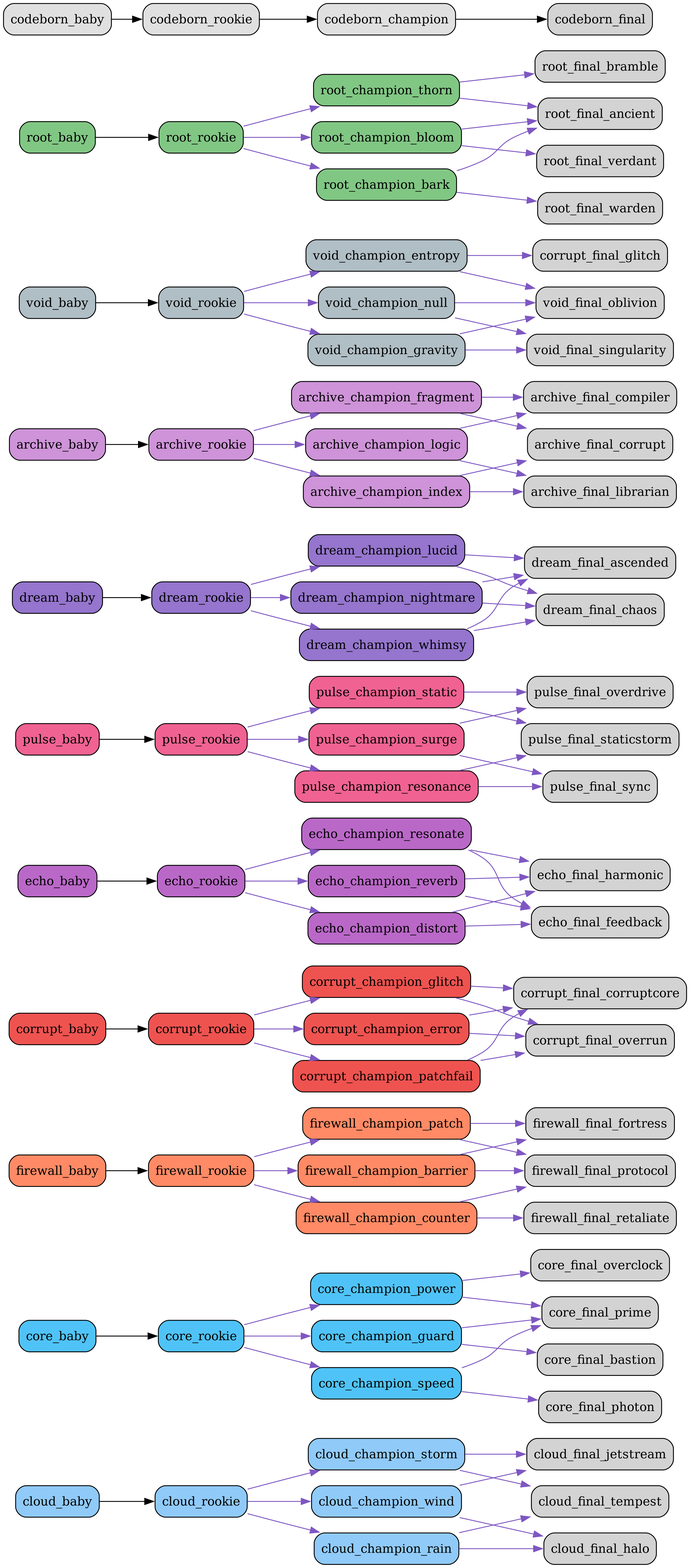
This is src/netgrid/systems/evolution/graphs/full/evolution_graph.png from bwlight/NetGrid, a Graphviz export, as it was before one commit. Its source is kept beside it as src/netgrid/systems/evolution/graphs/full/evolution_graph.dot.
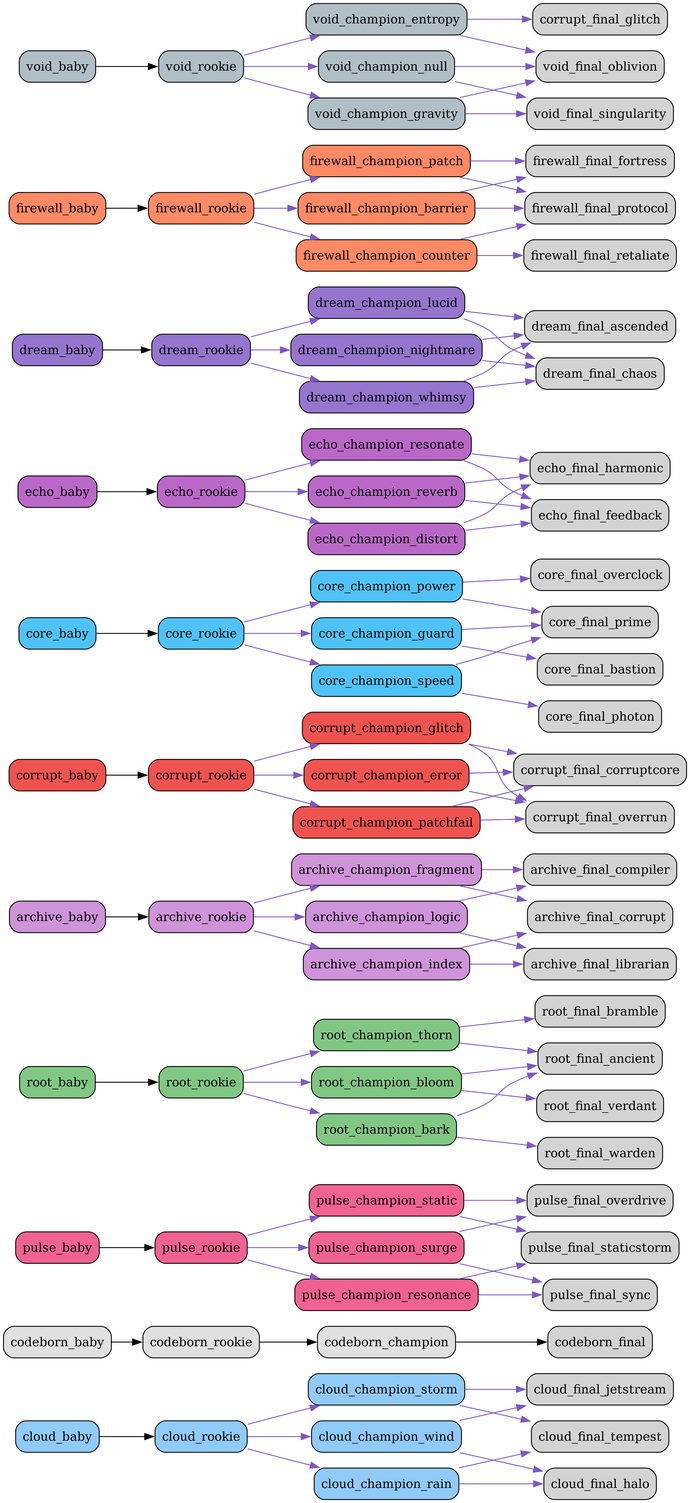
After the change.

Commit message:
Auto-update evolution graphs

Change to the diagram source:
```diff
@@ -16,6 +16,72 @@
   "cloud_champion_storm" [fillcolor="#90caf9"];
   "cloud_champion_storm" -> "cloud_final_tempest" [color="#7e57c2"];
   "cloud_champion_storm" -> "cloud_final_jetstream" [color="#7e57c2"];
+  "codeborn_baby" [fillcolor="#e0e0e0"];
+  "codeborn_baby" -> "codeborn_rookie";
+  "codeborn_rookie" [fillcolor="#e0e0e0"];
+  "codeborn_rookie" -> "codeborn_champion";
+  "codeborn_champion" [fillcolor="#e0e0e0"];
+  "codeborn_champion" -> "codeborn_final";
+  "pulse_baby" [fillcolor="#f06292"];
+  "pulse_baby" -> "pulse_rookie";
+  "pulse_rookie" [fillcolor="#f06292"];
+  "pulse_rookie" -> "pulse_champion_surge" [color="#7e57c2"];
+  "pulse_rookie" -> "pulse_champion_resonance" [color="#7e57c2"];
+  "pulse_rookie" -> "pulse_champion_static" [color="#7e57c2"];
+  "pulse_champion_surge" [fillcolor="#f06292"];
+  "pulse_champion_surge" -> "pulse_final_overdrive" [color="#7e57c2"];
+  "pulse_champion_surge" -> "pulse_final_sync" [color="#7e57c2"];
+  "pulse_champion_resonance" [fillcolor="#f06292"];
+  "pulse_champion_resonance" -> "pulse_final_sync" [color="#7e57c2"];
+  "pulse_champion_resonance" -> "pulse_final_staticstorm" [color="#7e57c2"];
+  "pulse_champion_static" [fillcolor="#f06292"];
+  "pulse_champion_static" -> "pulse_final_staticstorm" [color="#7e57c2"];
+  "pulse_champion_static" -> "pulse_final_overdrive" [color="#7e57c2"];
+  "root_baby" [fillcolor="#81c784"];
+  "root_baby" -> "root_rookie";
+  "root_rookie" [fillcolor="#81c784"];
+  "root_rookie" -> "root_champion_thorn" [color="#7e57c2"];
+  "root_rookie" -> "root_champion_bloom" [color="#7e57c2"];
+  "root_rookie" -> "root_champion_bark" [color="#7e57c2"];
+  "root_champion_thorn" [fillcolor="#81c784"];
+  "root_champion_thorn" -> "root_final_bramble" [color="#7e57c2"];
+  "root_champion_thorn" -> "root_final_ancient" [color="#7e57c2"];
+  "root_champion_bloom" [fillcolor="#81c784"];
+  "root_champion_bloom" -> "root_final_ancient" [color="#7e57c2"];
+  "root_champion_bloom" -> "root_final_verdant" [color="#7e57c2"];
+  "root_champion_bark" [fillcolor="#81c784"];
+  "root_champion_bark" -> "root_final_warden" [color="#7e57c2"];
+  "root_champion_bark" -> "root_final_ancient" [color="#7e57c2"];
+  "archive_baby" [fillcolor="#ce93d8"];
+  "archive_baby" -> "archive_rookie";
+  "archive_rookie" [fillcolor="#ce93d8"];
+  "archive_rookie" -> "archive_champion_logic" [color="#7e57c2"];
+  "archive_rookie" -> "archive_champion_index" [color="#7e57c2"];
+  "archive_rookie" -> "archive_champion_fragment" [color="#7e57c2"];
+  "archive_champion_logic" [fillcolor="#ce93d8"];
+  "archive_champion_logic" -> "archive_final_compiler" [color="#7e57c2"];
+  "archive_champion_logic" -> "archive_final_librarian" [color="#7e57c2"];
+  "archive_champion_index" [fillcolor="#ce93d8"];
+  "archive_champion_index" -> "archive_final_librarian" [color="#7e57c2"];
+  "archive_champion_index" -> "archive_final_corrupt" [color="#7e57c2"];
+  "archive_champion_fragment" [fillcolor="#ce93d8"];
+  "archive_champion_fragment" -> "archive_final_corrupt" [color="#7e57c2"];
+  "archive_champion_fragment" -> "archive_final_compiler" [color="#7e57c2"];
+  "corrupt_baby" [fillcolor="#ef5350"];
+  "corrupt_baby" -> "corrupt_rookie";
+  "corrupt_rookie" [fillcolor="#ef5350"];
+  "corrupt_rookie" -> "corrupt_champion_glitch" [color="#7e57c2"];
+  "corrupt_rookie" -> "corrupt_champion_error" [color="#7e57c2"];
+  "corrupt_rookie" -> "corrupt_champion_patchfail" [color="#7e57c2"];
+  "corrupt_champion_glitch" [fillcolor="#ef5350"];
+  "corrupt_champion_glitch" -> "corrupt_final_corruptcore" [color="#7e57c2"];
+  "corrupt_champion_glitch" -> "corrupt_final_overrun" [color="#7e57c2"];
+  "corrupt_champion_error" [fillcolor="#ef5350"];
+  "corrupt_champion_error" -> "corrupt_final_overrun" [color="#7e57c2"];
+  "corrupt_champion_error" -> "corrupt_final_corruptcore" [color="#7e57c2"];
+  "corrupt_champion_patchfail" [fillcolor="#ef5350"];
+  "corrupt_champion_patchfail" -> "corrupt_final_corruptcore" [color="#7e57c2"];
+  "corrupt_champion_patchfail" -> "corrupt_final_overrun" [color="#7e57c2"];
   "core_baby" [fillcolor="#4fc3f7"];
   "core_baby" -> "core_rookie";
   "core_rookie" [fillcolor="#4fc3f7"];
@@ -31,6 +97,36 @@
   "core_champion_speed" [fillcolor="#4fc3f7"];
   "core_champion_speed" -> "core_final_photon" [color="#7e57c2"];
   "core_champion_speed" -> "core_final_prime" [color="#7e57c2"];
+  "echo_baby" [fillcolor="#ba68c8"];
+  "echo_baby" -> "echo_rookie";
+  "echo_rookie" [fillcolor="#ba68c8"];
+  "echo_rookie" -> "echo_champion_resonate" [color="#7e57c2"];
+  "echo_rookie" -> "echo_champion_reverb" [color="#7e57c2"];
+  "echo_rookie" -> "echo_champion_distort" [color="#7e57c2"];
+  "echo_champion_resonate" [fillcolor="#ba68c8"];
+  "echo_champion_resonate" -> "echo_final_harmonic" [color="#7e57c2"];
+  "echo_champion_resonate" -> "echo_final_feedback" [color="#7e57c2"];
+  "echo_champion_reverb" [fillcolor="#ba68c8"];
+  "echo_champion_reverb" -> "echo_final_feedback" [color="#7e57c2"];
+  "echo_champion_reverb" -> "echo_final_harmonic" [color="#7e57c2"];
+  "echo_champion_distort" [fillcolor="#ba68c8"];
+  "echo_champion_distort" -> "echo_final_feedback" [color="#7e57c2"];
+  "echo_champion_distort" -> "echo_final_harmonic" [color="#7e57c2"];
+  "dream_baby" [fillcolor="#9575cd"];
+  "dream_baby" -> "dream_rookie";
+  "dream_rookie" [fillcolor="#9575cd"];
+  "dream_rookie" -> "dream_champion_lucid" [color="#7e57c2"];
+  "dream_rookie" -> "dream_champion_nightmare" [color="#7e57c2"];
+  "dream_rookie" -> "dream_champion_whimsy" [color="#7e57c2"];
+  "dream_champion_lucid" [fillcolor="#9575cd"];
+  "dream_champion_lucid" -> "dream_final_ascended" [color="#7e57c2"];
+  "dream_champion_lucid" -> "dream_final_chaos" [color="#7e57c2"];
+  "dream_champion_nightmare" [fillcolor="#9575cd"];
+  "dream_champion_nightmare" -> "dream_final_chaos" [color="#7e57c2"];
+  "dream_champion_nightmare" -> "dream_final_ascended" [color="#7e57c2"];
+  "dream_champion_whimsy" [fillcolor="#9575cd"];
+  "dream_champion_whimsy" -> "dream_final_ascended" [color="#7e57c2"];
+  "dream_champion_whimsy" -> "dream_final_chaos" [color="#7e57c2"];
   "firewall_baby" [fillcolor="#ff8a65"];
   "firewall_baby" -> "firewall_rookie";
   "firewall_rookie" [fillcolor="#ff8a65"];
@@ -46,81 +142,6 @@
   "firewall_champion_patch" [fillcolor="#ff8a65"];
   "firewall_champion_patch" -> "firewall_final_protocol" [color="#7e57c2"];
   "firewall_champion_patch" -> "firewall_final_fortress" [color="#7e57c2"];
-  "corrupt_baby" [fillcolor="#ef5350"];
-  "corrupt_baby" -> "corrupt_rookie";
-  "corrupt_rookie" [fillcolor="#ef5350"];
-  "corrupt_rookie" -> "corrupt_champion_glitch" [color="#7e57c2"];
-  "corrupt_rookie" -> "corrupt_champion_error" [color="#7e57c2"];
-  "corrupt_rookie" -> "corrupt_champion_patchfail" [color="#7e57c2"];
-  "corrupt_champion_glitch" [fillcolor="#ef5350"];
-  "corrupt_champion_glitch" -> "corrupt_final_corruptcore" [color="#7e57c2"];
-  "corrupt_champion_glitch" -> "corrupt_final_overrun" [color="#7e57c2"];
-  "corrupt_champion_error" [fillcolor="#ef5350"];
-  "corrupt_champion_error" -> "corrupt_final_overrun" [color="#7e57c2"];
-  "corrupt_champion_error" -> "corrupt_final_corruptcore" [color="#7e57c2"];
-  "corrupt_champion_patchfail" [fillcolor="#ef5350"];
-  "corrupt_champion_patchfail" -> "corrupt_final_corruptcore" [color="#7e57c2"];
-  "corrupt_champion_patchfail" -> "corrupt_final_overrun" [color="#7e57c2"];
-  "echo_baby" [fillcolor="#ba68c8"];
-  "echo_baby" -> "echo_rookie";
-  "echo_rookie" [fillcolor="#ba68c8"];
-  "echo_rookie" -> "echo_champion_resonate" [color="#7e57c2"];
-  "echo_rookie" -> "echo_champion_reverb" [color="#7e57c2"];
-  "echo_rookie" -> "echo_champion_distort" [color="#7e57c2"];
-  "echo_champion_resonate" [fillcolor="#ba68c8"];
-  "echo_champion_resonate" -> "echo_final_harmonic" [color="#7e57c2"];
-  "echo_champion_resonate" -> "echo_final_feedback" [color="#7e57c2"];
-  "echo_champion_reverb" [fillcolor="#ba68c8"];
-  "echo_champion_reverb" -> "echo_final_feedback" [color="#7e57c2"];
-  "echo_champion_reverb" -> "echo_final_harmonic" [color="#7e57c2"];
-  "echo_champion_distort" [fillcolor="#ba68c8"];
-  "echo_champion_distort" -> "echo_final_feedback" [color="#7e57c2"];
-  "echo_champion_distort" -> "echo_final_harmonic" [color="#7e57c2"];
-  "pulse_baby" [fillcolor="#f06292"];
-  "pulse_baby" -> "pulse_rookie";
-  "pulse_rookie" [fillcolor="#f06292"];
-  "pulse_rookie" -> "pulse_champion_surge" [color="#7e57c2"];
-  "pulse_rookie" -> "pulse_champion_resonance" [color="#7e57c2"];
-  "pulse_rookie" -> "pulse_champion_static" [color="#7e57c2"];
-  "pulse_champion_surge" [fillcolor="#f06292"];
-  "pulse_champion_surge" -> "pulse_final_overdrive" [color="#7e57c2"];
-  "pulse_champion_surge" -> "pulse_final_sync" [color="#7e57c2"];
-  "pulse_champion_resonance" [fillcolor="#f06292"];
-  "pulse_champion_resonance" -> "pulse_final_sync" [color="#7e57c2"];
-  "pulse_champion_resonance" -> "pulse_final_staticstorm" [color="#7e57c2"];
-  "pulse_champion_static" [fillcolor="#f06292"];
-  "pulse_champion_static" -> "pulse_final_staticstorm" [color="#7e57c2"];
-  "pulse_champion_static" -> "pulse_final_overdrive" [color="#7e57c2"];
-  "dream_baby" [fillcolor="#9575cd"];
-  "dream_baby" -> "dream_rookie";
-  "dream_rookie" [fillcolor="#9575cd"];
-  "dream_rookie" -> "dream_champion_lucid" [color="#7e57c2"];
-  "dream_rookie" -> "dream_champion_nightmare" [color="#7e57c2"];
-  "dream_rookie" -> "dream_champion_whimsy" [color="#7e57c2"];
-  "dream_champion_lucid" [fillcolor="#9575cd"];
-  "dream_champion_lucid" -> "dream_final_ascended" [color="#7e57c2"];
-  "dream_champion_lucid" -> "dream_final_chaos" [color="#7e57c2"];
-  "dream_champion_nightmare" [fillcolor="#9575cd"];
-  "dream_champion_nightmare" -> "dream_final_chaos" [color="#7e57c2"];
-  "dream_champion_nightmare" -> "dream_final_ascended" [color="#7e57c2"];
-  "dream_champion_whimsy" [fillcolor="#9575cd"];
-  "dream_champion_whimsy" -> "dream_final_ascended" [color="#7e57c2"];
-  "dream_champion_whimsy" -> "dream_final_chaos" [color="#7e57c2"];
-  "archive_baby" [fillcolor="#ce93d8"];
-  "archive_baby" -> "archive_rookie";
-  "archive_rookie" [fillcolor="#ce93d8"];
-  "archive_rookie" -> "archive_champion_logic" [color="#7e57c2"];
-  "archive_rookie" -> "archive_champion_index" [color="#7e57c2"];
-  "archive_rookie" -> "archive_champion_fragment" [color="#7e57c2"];
-  "archive_champion_logic" [fillcolor="#ce93d8"];
-  "archive_champion_logic" -> "archive_final_compiler" [color="#7e57c2"];
-  "archive_champion_logic" -> "archive_final_librarian" [color="#7e57c2"];
-  "archive_champion_index" [fillcolor="#ce93d8"];
-  "archive_champion_index" -> "archive_final_librarian" [color="#7e57c2"];
-  "archive_champion_index" -> "archive_final_corrupt" [color="#7e57c2"];
-  "archive_champion_fragment" [fillcolor="#ce93d8"];
-  "archive_champion_fragment" -> "archive_final_corrupt" [color="#7e57c2"];
-  "archive_champion_fragment" -> "archive_final_compiler" [color="#7e57c2"];
   "void_baby" [fillcolor="#b0bec5"];
   "void_baby" -> "void_rookie";
   "void_rookie" [fillcolor="#b0bec5"];
@@ -136,25 +157,4 @@
   "void_champion_null" [fillcolor="#b0bec5"];
   "void_champion_null" -> "void_final_oblivion" [color="#7e57c2"];
   "void_champion_null" -> "void_final_singularity" [color="#7e57c2"];
-  "root_baby" [fillcolor="#81c784"];
-  "root_baby" -> "root_rookie";
-  "root_rookie" [fillcolor="#81c784"];
-  "root_rookie" -> "root_champion_thorn" [color="#7e57c2"];
-  "root_rookie" -> "root_champion_bloom" [color="#7e57c2"];
-  "root_rookie" -> "root_champion_bark" [color="#7e57c2"];
-  "root_champion_thorn" [fillcolor="#81c784"];
-  "root_champion_thorn" -> "root_final_bramble" [color="#7e57c2"];
-  "root_champion_thorn" -> "root_final_ancient" [color="#7e57c2"];
-  "root_champion_bloom" [fillcolor="#81c784"];
-  "root_champion_bloom" -> "root_final_ancient" [color="#7e57c2"];
-  "root_champion_bloom" -> "root_final_verdant" [color="#7e57c2"];
-  "root_champion_bark" [fillcolor="#81c784"];
-  "root_champion_bark" -> "root_final_warden" [color="#7e57c2"];
-  "root_champion_bark" -> "root_final_ancient" [color="#7e57c2"];
-  "codeborn_baby" [fillcolor="#e0e0e0"];
-  "codeborn_baby" -> "codeborn_rookie";
-  "codeborn_rookie" [fillcolor="#e0e0e0"];
-  "codeborn_rookie" -> "codeborn_champion";
-  "codeborn_champion" [fillcolor="#e0e0e0"];
-  "codeborn_champion" -> "codeborn_final";
 }
```
